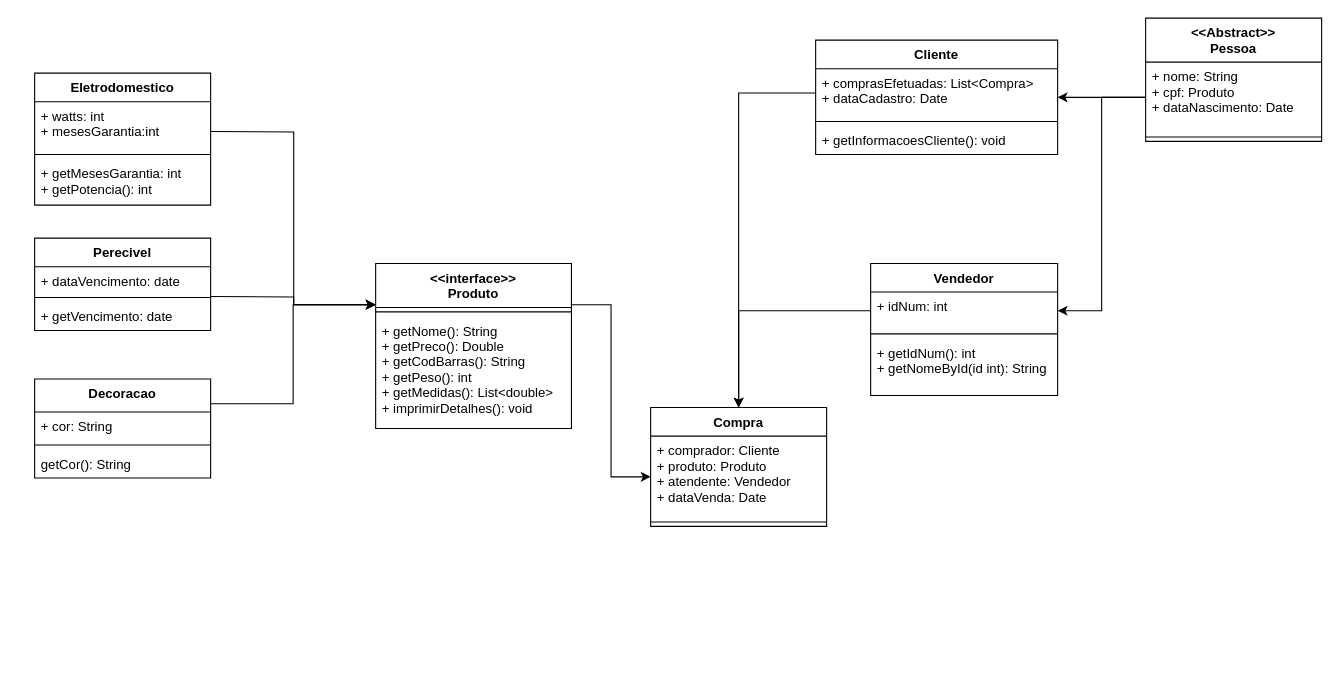
This is ProjetoLP2.drawio from jovi-j/projeto-lp2, a draw.io file, before an edit. Source tidied: cells renumbered, new cells numbered last; positions are measured from the earlier drawing's top-left corner, leaving out a move shared by most shapes. Both pictures are drawn from the tidied source at 110%, with x=0, y=0 at pixel (34, 18).
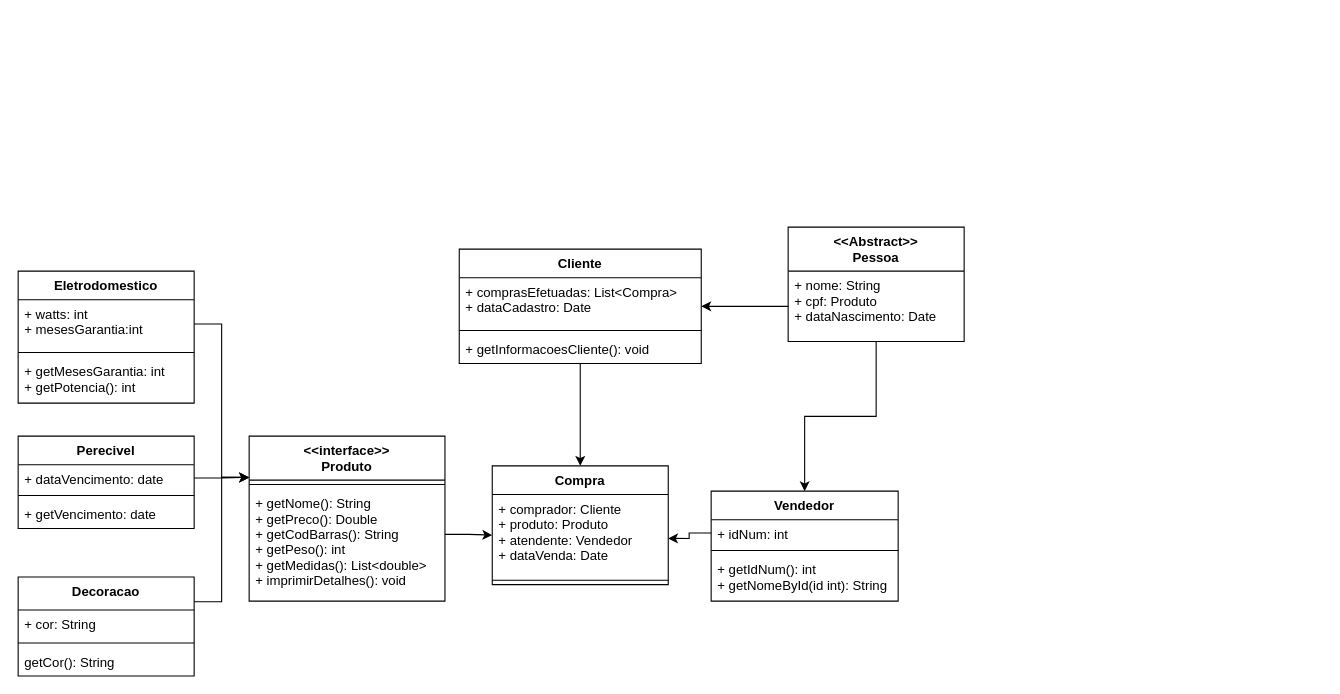
After the change.

Unchanged cells that the change refers to:
```xml
<mxCell id="5" value="+ getNome(): String&#10;+ getPreco(): Double&#10;+ getCodBarras(): String&#10;+ getPeso(): int&#10;+ getMedidas(): List&lt;double&gt;&#10;+ imprimirDetalhes(): void&#10;" style="text;strokeColor=none;fillColor=none;align=left;verticalAlign=top;spacingLeft=4;spacingRight=4;overflow=hidden;points=[[0,0.5],[1,0.5]];portConstraint=eastwest;" parent="3" vertex="1">
  <mxGeometry y="48" width="178" height="102" as="geometry" />
</mxCell>
<mxCell id="14" value="+ comprasEfetuadas: List&lt;Compra&gt;&#10;+ dataCadastro: Date" style="text;strokeColor=none;fillColor=none;align=left;verticalAlign=top;spacingLeft=4;spacingRight=4;overflow=hidden;points=[[0,0.5],[1,0.5]];portConstraint=eastwest;" parent="13" vertex="1">
  <mxGeometry y="26" width="220" height="44" as="geometry" />
</mxCell>
<mxCell id="19" value="+ comprador: Cliente&#10;+ produto: Produto&#10;+ atendente: Vendedor&#10;+ dataVenda: Date&#10;&#10;&#10;&#10;&#10;" style="text;strokeColor=none;fillColor=none;align=left;verticalAlign=top;spacingLeft=4;spacingRight=4;overflow=hidden;points=[[0,0.5],[1,0.5]];portConstraint=eastwest;" parent="18" vertex="1">
  <mxGeometry y="26" width="160" height="74" as="geometry" />
</mxCell>
<mxCell id="22" value="+ watts: int&#10;+ mesesGarantia:int&#10;" style="text;strokeColor=none;fillColor=none;align=left;verticalAlign=top;spacingLeft=4;spacingRight=4;overflow=hidden;points=[[0,0.5],[1,0.5]];portConstraint=eastwest;" parent="21" vertex="1">
  <mxGeometry y="26" width="160" height="44" as="geometry" />
</mxCell>
<mxCell id="26" value="+ dataVencimento: date&#10;" style="text;strokeColor=none;fillColor=none;align=left;verticalAlign=top;spacingLeft=4;spacingRight=4;overflow=hidden;points=[[0,0.5],[1,0.5]];portConstraint=eastwest;" parent="25" vertex="1">
  <mxGeometry y="26" width="160" height="24" as="geometry" />
</mxCell>
<mxCell id="30" value="+ nome: String&#10;+ cpf: Produto&#10;+ dataNascimento: Date&#10;&#10;" style="text;strokeColor=none;fillColor=none;align=left;verticalAlign=top;spacingLeft=4;spacingRight=4;overflow=hidden;points=[[0,0.5],[1,0.5]];portConstraint=eastwest;" parent="29" vertex="1">
  <mxGeometry y="40" width="160" height="64" as="geometry" />
</mxCell>
```

The edit, as a diff of the source:
```diff
@@
-    <mxCell id="2" style="edgeStyle=orthogonalEdgeStyle;rounded=0;jettySize=auto;html=1;exitX=1;exitY=0.25;exitDx=0;exitDy=0;entryX=0;entryY=0.5;entryDx=0;entryDy=0;" parent="1" edge="1" source="3" target="19">
+    <mxCell id="2" style="edgeStyle=orthogonalEdgeStyle;rounded=0;jettySize=auto;html=1;exitX=1;exitY=0.405;exitDx=0;exitDy=0;entryX=0;entryY=0.5;entryDx=0;entryDy=0;exitPerimeter=0;" parent="1" edge="1" source="5" target="19">
       <mxGeometry relative="1" as="geometry" />
     </mxCell>
     <mxCell id="3" value="&lt;&lt;interface&gt;&gt;&#10;Produto" style="swimlane;fontStyle=1;align=center;verticalAlign=top;horizontal=1;startSize=40;" parent="1" vertex="1">
-      <mxGeometry x="310" y="223" width="178" height="150" as="geometry" />
+      <mxGeometry x="195" y="380" width="178" height="150" as="geometry" />
     </mxCell>
@@
-    <mxCell id="6" style="edgeStyle=orthogonalEdgeStyle;rounded=0;jettySize=auto;html=1;exitX=1;exitY=0.5;exitDx=0;exitDy=0;entryX=0;entryY=0.25;entryDx=0;entryDy=0;" parent="1" edge="1" target="3">
-      <mxGeometry relative="1" as="geometry">
-        <mxPoint x="160" y="103" as="sourcePoint" />
-      </mxGeometry>
+    <mxCell id="6" style="edgeStyle=orthogonalEdgeStyle;rounded=0;jettySize=auto;html=1;exitX=1;exitY=0.5;exitDx=0;exitDy=0;entryX=0;entryY=0.25;entryDx=0;entryDy=0;" parent="1" edge="1" source="22" target="3">
+      <mxGeometry relative="1" as="geometry" />
     </mxCell>
-    <mxCell id="7" style="edgeStyle=orthogonalEdgeStyle;rounded=0;jettySize=auto;html=1;exitX=1;exitY=0.5;exitDx=0;exitDy=0;entryX=0;entryY=0.25;entryDx=0;entryDy=0;" parent="1" edge="1" target="3">
-      <mxGeometry relative="1" as="geometry">
-        <mxPoint x="160" y="253" as="sourcePoint" />
-      </mxGeometry>
+    <mxCell id="7" style="edgeStyle=orthogonalEdgeStyle;rounded=0;jettySize=auto;html=1;exitX=1;exitY=0.5;exitDx=0;exitDy=0;entryX=0;entryY=0.25;entryDx=0;entryDy=0;" parent="1" edge="1" source="26" target="3">
+      <mxGeometry relative="1" as="geometry" />
     </mxCell>
@@
     <mxCell id="9" value="Decoracao" style="swimlane;fontStyle=1;align=center;verticalAlign=top;horizontal=1;startSize=30;" parent="1" vertex="1">
-      <mxGeometry y="328" width="160" height="90" as="geometry" />
+      <mxGeometry x="-15" y="508" width="160" height="90" as="geometry" />
     </mxCell>
@@
+    <mxCell id="39" style="edgeStyle=orthogonalEdgeStyle;rounded=0;jettySize=auto;html=1;entryX=0.5;entryY=0;entryDx=0;entryDy=0;" parent="1" edge="1" source="13" target="18">
+      <mxGeometry relative="1" as="geometry" />
+    </mxCell>
     <mxCell id="13" value="Cliente" style="swimlane;fontStyle=1;align=center;verticalAlign=top;horizontal=1;startSize=26;" parent="1" vertex="1">
-      <mxGeometry x="710" y="20" width="220" height="104" as="geometry" />
+      <mxGeometry x="386" y="210" width="220" height="104" as="geometry" />
     </mxCell>
@@
-    <mxCell id="17" style="edgeStyle=orthogonalEdgeStyle;rounded=0;jettySize=auto;html=1;exitX=0;exitY=0.5;exitDx=0;exitDy=0;entryX=0.5;entryY=0;entryDx=0;entryDy=0;" parent="1" edge="1" source="14" target="18">
-      <mxGeometry relative="1" as="geometry">
-        <Array as="points">
-          <mxPoint x="640" y="126" />
-          <mxPoint x="640" y="352" />
-        </Array>
-      </mxGeometry>
-    </mxCell>
     <mxCell id="18" value="Compra" style="swimlane;fontStyle=1;align=center;verticalAlign=top;horizontal=1;startSize=26;" parent="1" vertex="1">
-      <mxGeometry x="560" y="354" width="160" height="108" as="geometry" />
+      <mxGeometry x="416" y="407" width="160" height="108" as="geometry" />
     </mxCell>
@@
     <mxCell id="21" value="Eletrodomestico&#10;&#10;&#10;" style="swimlane;fontStyle=1;align=center;verticalAlign=top;horizontal=1;startSize=26;" parent="1" vertex="1">
-      <mxGeometry y="50" width="160" height="120" as="geometry" />
+      <mxGeometry x="-15" y="230" width="160" height="120" as="geometry" />
     </mxCell>
@@
     <mxCell id="25" value="Perecivel" style="swimlane;fontStyle=1;align=center;verticalAlign=top;horizontal=1;startSize=26;" parent="1" vertex="1">
-      <mxGeometry y="200" width="160" height="84" as="geometry" />
+      <mxGeometry x="-15" y="380" width="160" height="84" as="geometry" />
     </mxCell>
@@
+    <mxCell id="40" style="edgeStyle=orthogonalEdgeStyle;rounded=0;jettySize=auto;html=1;" parent="1" edge="1" source="29" target="32">
+      <mxGeometry relative="1" as="geometry" />
+    </mxCell>
     <mxCell id="29" value="&lt;&lt;Abstract&gt;&gt;&#10;Pessoa" style="swimlane;fontStyle=1;align=center;verticalAlign=top;horizontal=1;startSize=40;" parent="1" vertex="1">
-      <mxGeometry x="1010" width="160" height="112" as="geometry" />
+      <mxGeometry x="685" y="190" width="160" height="104" as="geometry" />
     </mxCell>
@@
-    <mxCell id="31" style="line;strokeWidth=1;fillColor=none;align=left;verticalAlign=middle;spacingTop=-1;spacingLeft=3;spacingRight=3;labelPosition=right;strokeColor=inherit;" parent="29" vertex="1">
-      <mxGeometry y="104" width="160" height="8" as="geometry" />
-    </mxCell>
     <mxCell id="32" value="Vendedor&#10;" style="swimlane;fontStyle=1;align=center;verticalAlign=top;horizontal=1;startSize=26;" parent="1" vertex="1">
-      <mxGeometry x="760" y="223" width="170" height="120" as="geometry" />
+      <mxGeometry x="615" y="430" width="170" height="100" as="geometry" />
     </mxCell>
     <mxCell id="33" value="+ idNum: int&#10;" style="text;strokeColor=none;fillColor=none;align=left;verticalAlign=top;spacingLeft=4;spacingRight=4;overflow=hidden;points=[[0,0.5],[1,0.5]];portConstraint=eastwest;" parent="32" vertex="1">
-      <mxGeometry y="26" width="170" height="34" as="geometry" />
+      <mxGeometry y="26" width="170" height="24" as="geometry" />
     </mxCell>
     <mxCell id="34" style="line;strokeWidth=1;fillColor=none;align=left;verticalAlign=middle;spacingTop=-1;spacingLeft=3;spacingRight=3;labelPosition=right;strokeColor=inherit;" parent="32" vertex="1">
-      <mxGeometry y="60" width="170" height="8" as="geometry" />
+      <mxGeometry y="50" width="170" height="8" as="geometry" />
     </mxCell>
     <mxCell id="35" value="+ getIdNum(): int&#10;+ getNomeById(id int): String" style="text;strokeColor=none;fillColor=none;align=left;verticalAlign=top;spacingLeft=4;spacingRight=4;overflow=hidden;" parent="32" vertex="1">
-      <mxGeometry y="68" width="170" height="52" as="geometry" />
+      <mxGeometry y="58" width="170" height="42" as="geometry" />
     </mxCell>
@@
-    <mxCell id="37" style="edgeStyle=orthogonalEdgeStyle;rounded=0;jettySize=auto;html=1;exitX=0;exitY=0.5;exitDx=0;exitDy=0;" parent="1" edge="1" source="30" target="33">
-      <mxGeometry relative="1" as="geometry" />
-    </mxCell>
-    <mxCell id="38" style="edgeStyle=orthogonalEdgeStyle;rounded=0;jettySize=auto;html=1;exitX=0;exitY=0.5;exitDx=0;exitDy=0;entryX=0.5;entryY=0;entryDx=0;entryDy=0;" parent="1" edge="1" source="33" target="18">
-      <mxGeometry relative="1" as="geometry" />
-    </mxCell>
+    <mxCell id="41" style="edgeStyle=orthogonalEdgeStyle;rounded=0;jettySize=auto;html=1;entryX=0.999;entryY=0.54;entryDx=0;entryDy=0;entryPerimeter=0;" parent="1" edge="1" source="33" target="19">
+      <mxGeometry relative="1" as="geometry" />
+    </mxCell>
```
